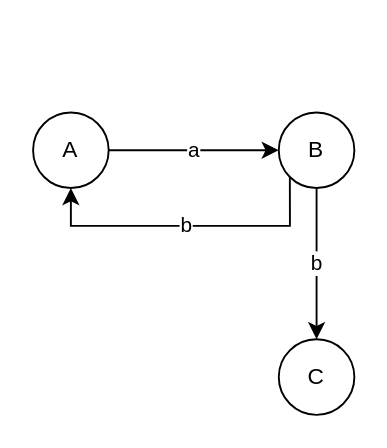
Before: PathsInGraphs.drawio in olliglorioso/datasets, a draw.io diagram. Source tidied: cells renumbered, new cells numbered last; positions are measured from the earlier drawing's top-left corner, leaving out a move shared by most shapes. Both pictures are drawn from the tidied source at 189%, with x=0, y=0 at pixel (32, 112).
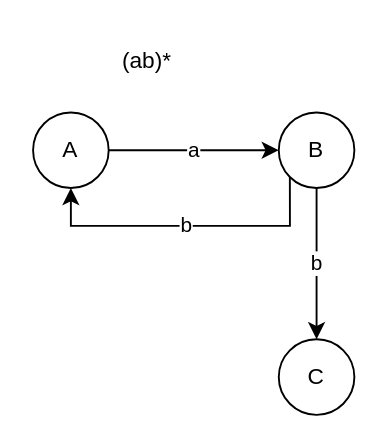
Above is the later version.

Diff of the diagram source:
```diff
@@
 <mxGraphModel>
   <root>
     <mxCell id="0" />
     <mxCell id="1" parent="0" />
     <mxCell id="2" value="a" style="edgeStyle=orthogonalEdgeStyle;rounded=0;jettySize=auto;html=1;entryX=0;entryY=0.5;entryDx=0;entryDy=0;" parent="1" edge="1" source="3" target="6">
       <mxGeometry relative="1" as="geometry" />
     </mxCell>
     <mxCell id="3" value="A" style="ellipse;whiteSpace=wrap;html=1;" parent="1" vertex="1">
       <mxGeometry width="40" height="40" as="geometry" />
     </mxCell>
     <mxCell id="4" value="b" style="edgeStyle=orthogonalEdgeStyle;rounded=0;jettySize=auto;html=1;entryX=0.5;entryY=0;entryDx=0;entryDy=0;" parent="1" edge="1" source="6" target="7">
       <mxGeometry relative="1" as="geometry" />
     </mxCell>
     <mxCell id="5" value="b" style="edgeStyle=orthogonalEdgeStyle;rounded=0;jettySize=auto;html=1;exitX=0;exitY=1;exitDx=0;exitDy=0;" parent="1" edge="1" source="6" target="3">
       <mxGeometry relative="1" as="geometry">
         <Array as="points">
           <mxPoint x="136" y="60" />
           <mxPoint x="20" y="60" />
         </Array>
       </mxGeometry>
     </mxCell>
     <mxCell id="6" value="B" style="ellipse;whiteSpace=wrap;html=1;" parent="1" vertex="1">
       <mxGeometry x="130" width="40" height="40" as="geometry" />
     </mxCell>
     <mxCell id="7" value="C" style="ellipse;whiteSpace=wrap;html=1;" parent="1" vertex="1">
       <mxGeometry x="130" y="120" width="40" height="40" as="geometry" />
     </mxCell>
+    <mxCell id="8" value="(ab)*" style="text;html=1;align=center;verticalAlign=middle;strokeColor=none;fillColor=none;" parent="1" vertex="1">
+      <mxGeometry x="35" y="-42" width="50" height="30" as="geometry" />
+    </mxCell>
   </root>
 </mxGraphModel>
```
